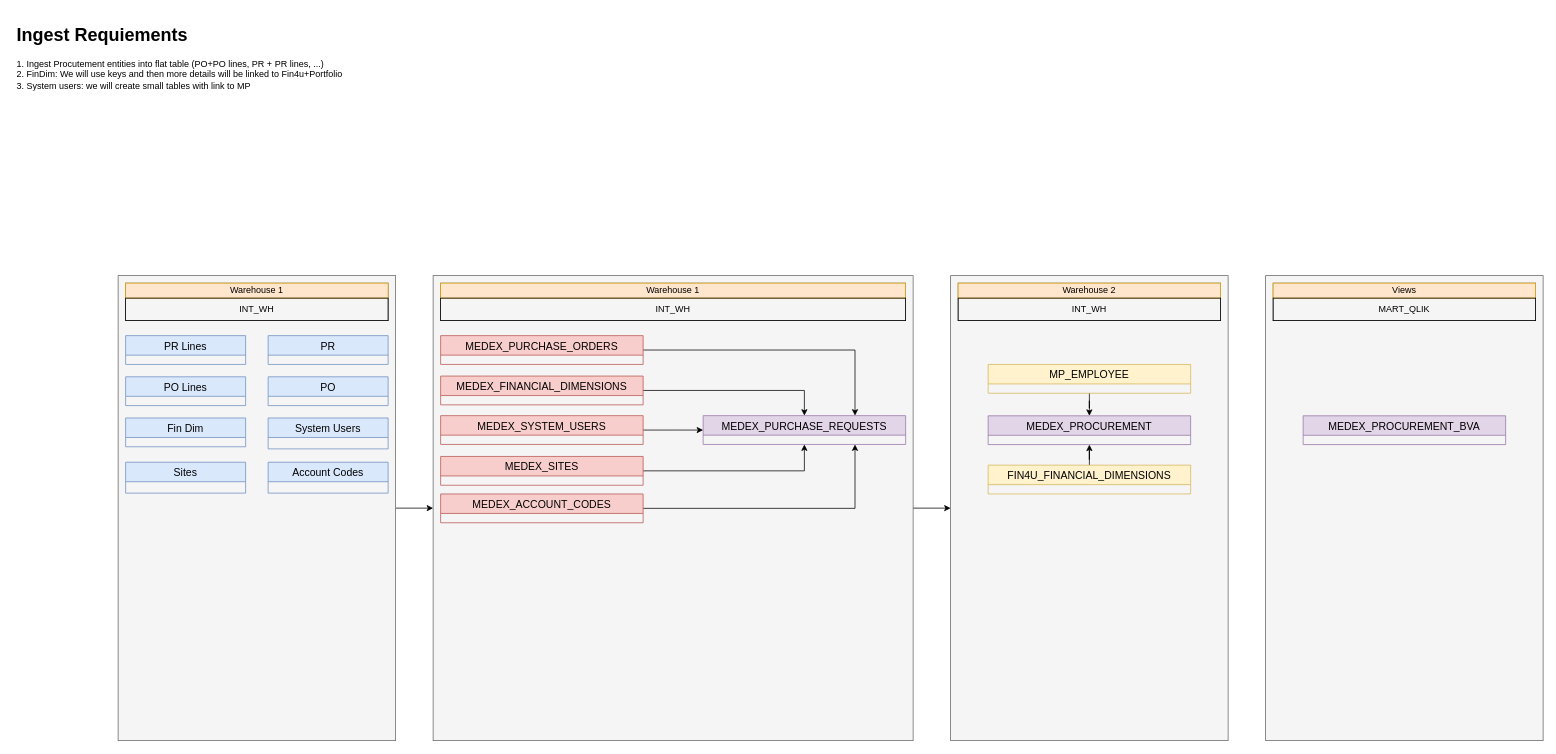
Earlier version of the draw.io diagram page "Expanded Model" (8 of 9) of scm_value_chain.drawio (Medair/drawio). Source tidied: cells renumbered, new cells numbered last; positions are measured from the earlier drawing's top-left corner, leaving out a move shared by most shapes. Both pictures are drawn from the tidied source at 75%, with x=0, y=0 at pixel (13, 20).
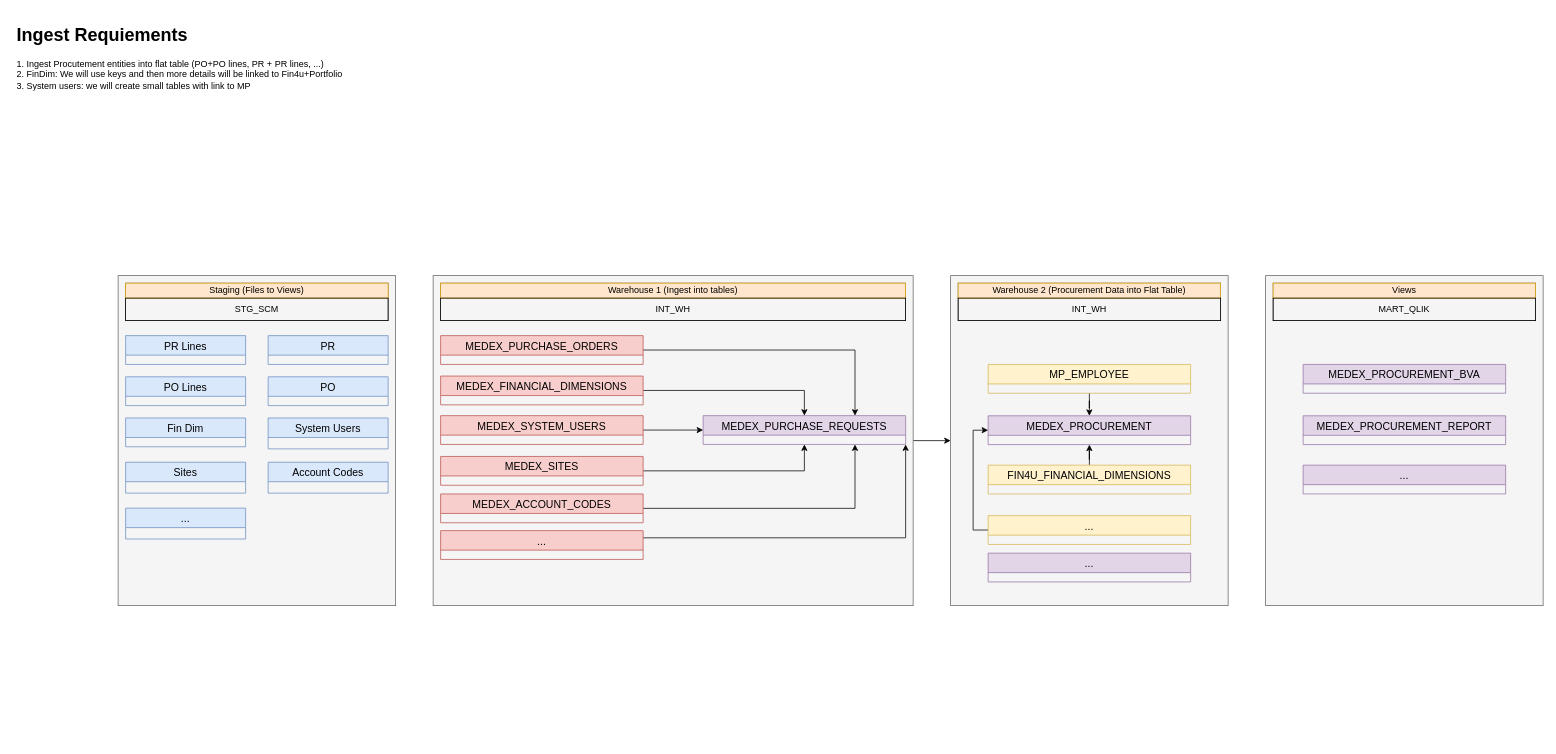
The same diagram, later.

The change refers to these unchanged cells:
```xml
<mxCell id="8" style="group;fillColor=#f5f5f5;fontColor=#333333;strokeColor=#666666;" parent="1" vertex="1">
  <mxGeometry x="570" y="350" width="620" height="50" as="geometry" />
</mxCell>
<mxCell id="21" value="MEDEX_PURCHASE_REQUESTS" style="swimlane;fontStyle=0;horizontal=1;startSize=26;align=center;fontSize=14;fillColor=#e1d5e7;strokeColor=#9673a6;" parent="1" vertex="1">
  <mxGeometry x="920" y="526.7" width="270" height="38.4" as="geometry" />
</mxCell>
<mxCell id="34" style="group;fillColor=#f5f5f5;strokeColor=#666666;fontColor=#333333;" parent="1" vertex="1">
  <mxGeometry x="1260" y="350" width="350" height="50" as="geometry" />
</mxCell>
<mxCell id="37" value="MEDEX_PROCUREMENT" style="swimlane;fontStyle=0;horizontal=1;startSize=26;align=center;fontSize=14;fillColor=#e1d5e7;strokeColor=#9673a6;" parent="1" vertex="1">
  <mxGeometry x="1300" y="526.9" width="270" height="38.4" as="geometry" />
</mxCell>
<mxCell id="38" style="group;fillColor=#f5f5f5;fontColor=#333333;strokeColor=#666666;" parent="1" vertex="1">
  <mxGeometry x="150" y="350" width="350" height="50" as="geometry" />
</mxCell>
```

What changed in the source:
```diff
@@
     <mxCell id="2" style="rounded=0;whiteSpace=wrap;html=1;fillColor=#f5f5f5;fontColor=#333333;strokeColor=#666666;" parent="1" vertex="1">
-      <mxGeometry x="1250" y="340" width="370" height="620" as="geometry" />
+      <mxGeometry x="1250" y="340" width="370" height="440" as="geometry" />
     </mxCell>
@@
     <mxCell id="4" style="rounded=0;whiteSpace=wrap;html=1;fillColor=#f5f5f5;fontColor=#333333;strokeColor=#666666;" parent="1" vertex="1">
-      <mxGeometry x="560" y="340" width="640" height="620" as="geometry" />
+      <mxGeometry x="560" y="340" width="640" height="440" as="geometry" />
     </mxCell>
-    <mxCell id="5" style="edgeStyle=orthogonalEdgeStyle;rounded=0;jettySize=auto;html=1;entryX=0;entryY=0.5;entryDx=0;entryDy=0;" parent="1" edge="1" source="6" target="4">
-      <mxGeometry relative="1" as="geometry" />
-    </mxCell>
     <mxCell id="6" style="rounded=0;whiteSpace=wrap;html=1;fillColor=#f5f5f5;fontColor=#333333;strokeColor=#666666;" parent="1" vertex="1">
-      <mxGeometry x="140" y="340" width="370" height="620" as="geometry" />
+      <mxGeometry x="140" y="340" width="370" height="440" as="geometry" />
     </mxCell>
@@
-    <mxCell id="9" value="Warehouse 1" style="rounded=0;whiteSpace=wrap;html=1;fillColor=#ffe6cc;strokeColor=#d79b00;" parent="8" vertex="1">
+    <mxCell id="9" value="Warehouse 1 (Ingest into tables)" style="rounded=0;whiteSpace=wrap;html=1;fillColor=#ffe6cc;strokeColor=#d79b00;" parent="8" vertex="1">
       <mxGeometry width="620" height="20" as="geometry" />
     </mxCell>
@@
-    <mxCell id="35" value="Warehouse 2" style="rounded=0;whiteSpace=wrap;html=1;fillColor=#ffe6cc;strokeColor=#d79b00;" parent="34" vertex="1">
+    <mxCell id="35" value="Warehouse 2 (Procurement Data into Flat Table)" style="rounded=0;whiteSpace=wrap;html=1;fillColor=#ffe6cc;strokeColor=#d79b00;" parent="34" vertex="1">
       <mxGeometry width="350" height="20" as="geometry" />
     </mxCell>
@@
-    <mxCell id="39" value="Warehouse 1" style="rounded=0;whiteSpace=wrap;html=1;fillColor=#ffe6cc;strokeColor=#d79b00;" parent="38" vertex="1">
+    <mxCell id="39" value="Staging (Files to Views)" style="rounded=0;whiteSpace=wrap;html=1;fillColor=#ffe6cc;strokeColor=#d79b00;" parent="38" vertex="1">
       <mxGeometry width="350" height="20" as="geometry" />
     </mxCell>
-    <mxCell id="40" value="INT_WH" style="rounded=0;whiteSpace=wrap;html=1;fillColor=none;" parent="38" vertex="1">
+    <mxCell id="40" value="STG_SCM" style="rounded=0;whiteSpace=wrap;html=1;fillColor=none;" parent="38" vertex="1">
       <mxGeometry y="20" width="350" height="30" as="geometry" />
     </mxCell>
     <mxCell id="41" style="rounded=0;whiteSpace=wrap;html=1;fillColor=#f5f5f5;fontColor=#333333;strokeColor=#666666;" parent="1" vertex="1">
-      <mxGeometry x="1670" y="340" width="370" height="620" as="geometry" />
+      <mxGeometry x="1670" y="340" width="370" height="440" as="geometry" />
     </mxCell>
@@
     <mxCell id="45" value="MEDEX_PROCUREMENT_BVA" style="swimlane;fontStyle=0;horizontal=1;startSize=26;align=center;fontSize=14;fillColor=#e1d5e7;strokeColor=#9673a6;" parent="1" vertex="1">
-      <mxGeometry x="1720" y="526.9" width="270" height="38.4" as="geometry" />
+      <mxGeometry x="1720" y="458.4" width="270" height="38.4" as="geometry" />
     </mxCell>
+    <mxCell id="46" value="MEDEX_PROCUREMENT_REPORT" style="swimlane;fontStyle=0;horizontal=1;startSize=26;align=center;fontSize=14;fillColor=#e1d5e7;strokeColor=#9673a6;" parent="1" vertex="1">
+      <mxGeometry x="1720" y="526.9" width="270" height="38.4" as="geometry" />
+    </mxCell>
+    <mxCell id="47" value="..." style="swimlane;fontStyle=0;horizontal=1;startSize=26;align=center;fontSize=14;fillColor=#e1d5e7;strokeColor=#9673a6;" parent="1" vertex="1">
+      <mxGeometry x="1720" y="592.7" width="270" height="38.4" as="geometry" />
+    </mxCell>
+    <mxCell id="48" value="..." style="swimlane;fontStyle=0;horizontal=1;startSize=26;align=center;fontSize=14;fillColor=#dae8fc;strokeColor=#6c8ebf;" parent="1" vertex="1">
+      <mxGeometry x="150" y="650" width="160" height="41.2" as="geometry" />
+    </mxCell>
+    <mxCell id="49" style="edgeStyle=orthogonalEdgeStyle;rounded=0;jettySize=auto;html=1;exitX=1;exitY=0.25;exitDx=0;exitDy=0;entryX=1;entryY=1;entryDx=0;entryDy=0;" parent="1" edge="1" source="50" target="21">
+      <mxGeometry relative="1" as="geometry" />
+    </mxCell>
+    <mxCell id="50" value="..." style="swimlane;fontStyle=0;horizontal=1;startSize=26;align=center;fontSize=14;fillColor=#f8cecc;strokeColor=#b85450;" parent="1" vertex="1">
+      <mxGeometry x="570" y="680" width="270" height="38.4" as="geometry" />
+    </mxCell>
+    <mxCell id="51" style="edgeStyle=orthogonalEdgeStyle;rounded=0;jettySize=auto;html=1;exitX=0;exitY=0.5;exitDx=0;exitDy=0;entryX=0;entryY=0.5;entryDx=0;entryDy=0;" parent="1" edge="1" source="52" target="37">
+      <mxGeometry relative="1" as="geometry" />
+    </mxCell>
+    <mxCell id="52" value="..." style="swimlane;fontStyle=0;horizontal=1;startSize=26;align=center;fontSize=14;fillColor=#fff2cc;strokeColor=#d6b656;" parent="1" vertex="1">
+      <mxGeometry x="1300" y="660" width="270" height="38.4" as="geometry" />
+    </mxCell>
+    <mxCell id="53" value="..." style="swimlane;fontStyle=0;horizontal=1;startSize=26;align=center;fontSize=14;fillColor=#e1d5e7;strokeColor=#9673a6;" parent="1" vertex="1">
+      <mxGeometry x="1300" y="710" width="270" height="38.4" as="geometry" />
+    </mxCell>
```
